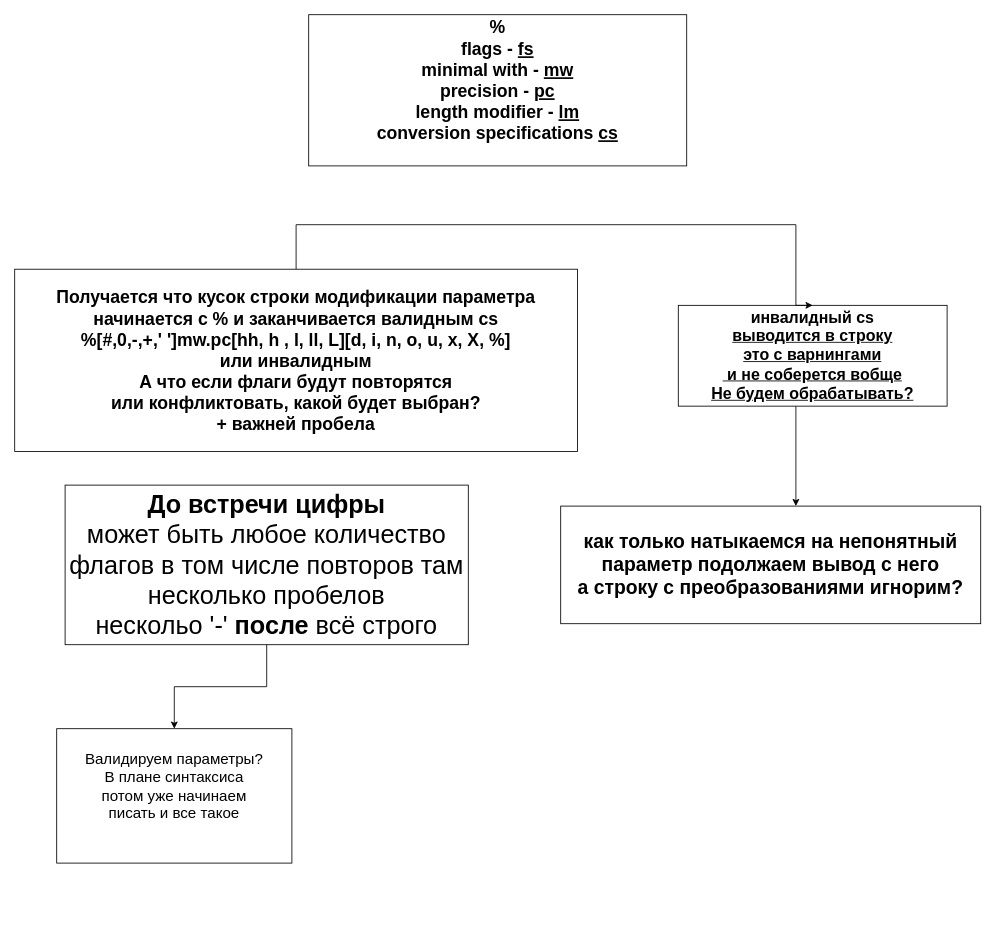
vlukjanenko/ft_printf keeps this draw.io diagram as page "Мысли" (1 of 5) of thougths.drawio. Above is the earlier version. Source tidied: cells renumbered, new cells numbered last; positions are measured from the earlier drawing's top-left corner, leaving out a move shared by most shapes. Both pictures are drawn from the tidied source at 84%, with x=0, y=0 at pixel (14, 14).
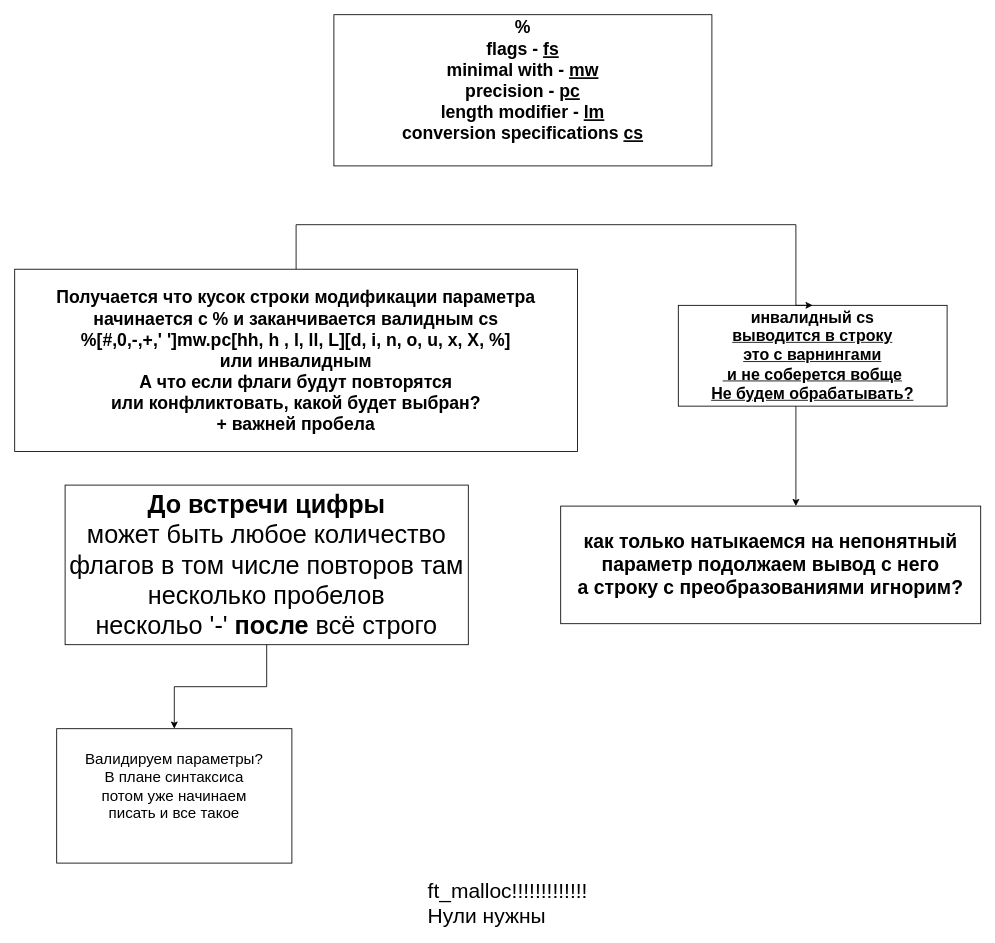
The same page after the edit.

Diff of the diagram source:
```diff
@@
 <mxGraphModel background="#ffffff">
   <root>
     <mxCell id="0" />
     <mxCell id="1" parent="0" />
     <mxCell id="2" value="&lt;div style=&quot;font-size: 21px&quot;&gt;&lt;b&gt;&lt;font style=&quot;font-size: 21px&quot;&gt;%&lt;/font&gt;&lt;/b&gt;&lt;/div&gt;&lt;div style=&quot;font-size: 21px&quot;&gt;&lt;b&gt;&lt;font style=&quot;font-size: 21px&quot;&gt;flags - &lt;u&gt;fs&lt;/u&gt;&lt;/font&gt;&lt;/b&gt;&lt;/div&gt;&lt;div style=&quot;font-size: 21px&quot;&gt;&lt;b&gt;&lt;font style=&quot;font-size: 21px&quot;&gt;minimal with - &lt;u&gt;mw&lt;/u&gt;&lt;/font&gt;&lt;/b&gt;&lt;/div&gt;&lt;div style=&quot;font-size: 21px&quot;&gt;&lt;font style=&quot;font-size: 21px&quot;&gt;&lt;b&gt;precision - &lt;u&gt;pc&lt;/u&gt;&lt;/b&gt;&lt;br&gt;&lt;/font&gt;&lt;/div&gt;&lt;div&gt;&lt;span style=&quot;font-size: 21px&quot;&gt;&lt;b&gt;length modifier&lt;/b&gt;&lt;b&gt; - &lt;u&gt;lm&lt;/u&gt;&lt;/b&gt;&lt;/span&gt;&lt;br&gt;&lt;/div&gt;&lt;div style=&quot;font-size: 21px&quot;&gt;&lt;font style=&quot;font-size: 21px&quot;&gt;&lt;b&gt;&lt;font style=&quot;font-size: 21px&quot;&gt;conversion specifications &lt;u&gt;cs&lt;/u&gt;&lt;/font&gt;&lt;/b&gt;&lt;br&gt;&lt;/font&gt;&lt;/div&gt;&lt;div style=&quot;font-size: 21px&quot;&gt;&lt;b&gt;&lt;font style=&quot;font-size: 21px&quot;&gt;&amp;nbsp;&lt;/font&gt;&lt;/b&gt;&lt;/div&gt;" style="rounded=0;whiteSpace=wrap;html=1;" parent="1" vertex="1">
-      <mxGeometry x="350" width="450" height="180" as="geometry" />
+      <mxGeometry x="380" width="450" height="180" as="geometry" />
     </mxCell>
     <mxCell id="3" style="edgeStyle=orthogonalEdgeStyle;rounded=0;jettySize=auto;html=1;" parent="1" edge="1" source="4" target="7">
       <mxGeometry relative="1" as="geometry">
         <Array as="points">
           <mxPoint x="930" y="560" />
           <mxPoint x="930" y="560" />
         </Array>
       </mxGeometry>
     </mxCell>
     <mxCell id="4" value="&lt;font style=&quot;font-size: 19px&quot;&gt;&lt;b&gt;инвалидный cs &lt;br&gt;&lt;u&gt;выводится в строку&lt;br&gt;это с варнингами&lt;br&gt;&amp;nbsp;и не соберется вобще&lt;br&gt;Не будем обрабатывать?&lt;br&gt;&lt;/u&gt;&lt;/b&gt;&lt;/font&gt;" style="rounded=0;whiteSpace=wrap;html=1;" parent="1" vertex="1">
       <mxGeometry x="790" y="346" width="320" height="120" as="geometry" />
     </mxCell>
     <mxCell id="5" style="edgeStyle=orthogonalEdgeStyle;rounded=0;jettySize=auto;html=1;entryX=0.5;entryY=0;entryDx=0;entryDy=0;" parent="1" edge="1" source="6" target="4">
       <mxGeometry relative="1" as="geometry">
         <Array as="points">
           <mxPoint x="335" y="250" />
           <mxPoint x="930" y="250" />
         </Array>
       </mxGeometry>
     </mxCell>
     <mxCell id="6" value="&lt;b style=&quot;font-size: 21px&quot;&gt;Получается что кусок строки модификации параметра&lt;/b&gt;&lt;br&gt;&lt;span style=&quot;font-size: 21px&quot;&gt;&lt;b&gt;начинается с % и заканчивается валидным cs &lt;/b&gt;&lt;/span&gt;&lt;br&gt;&lt;b style=&quot;font-size: 21px&quot;&gt;%[#,0,-,+,' ']mw.pc[hh, h , l, ll, L][&lt;/b&gt;&lt;span style=&quot;font-size: 21px&quot;&gt;&lt;b&gt;d, i, n, o, u, x, X, %]&lt;br&gt;&lt;/b&gt;&lt;/span&gt;&lt;span style=&quot;font-size: 21px&quot;&gt;&lt;b&gt;или инвалидным&lt;br&gt;&lt;/b&gt;&lt;/span&gt;&lt;span style=&quot;font-size: 21px&quot;&gt;&lt;b&gt;А что если флаги будут повторятся&lt;br&gt;или конфликтовать, какой будет выбран?&lt;br&gt;+ важней пробела&lt;br&gt;&lt;/b&gt;&lt;/span&gt;" style="rounded=0;whiteSpace=wrap;html=1;" parent="1" vertex="1">
       <mxGeometry y="303" width="670" height="217" as="geometry" />
     </mxCell>
     <mxCell id="7" value="&lt;span style=&quot;text-align: left&quot;&gt;&lt;b&gt;&lt;font style=&quot;font-size: 23px&quot;&gt;как только натыкаемся на непонятный параметр подолжаем вывод с него&lt;br&gt;а строку с преобразованиями игнорим?&lt;br&gt;&lt;/font&gt;&lt;/b&gt;&lt;/span&gt;" style="rounded=0;whiteSpace=wrap;html=1;" parent="1" vertex="1">
       <mxGeometry x="650" y="585" width="500" height="140" as="geometry" />
     </mxCell>
     <mxCell id="8" style="edgeStyle=orthogonalEdgeStyle;rounded=0;jettySize=auto;html=1;" parent="1" edge="1" source="9" target="10">
       <mxGeometry relative="1" as="geometry" />
     </mxCell>
     <mxCell id="9" value="&lt;span style=&quot;font-size: 30px&quot;&gt;&lt;b&gt;До встречи цифры&lt;/b&gt;&lt;br&gt;может быть любое количество&lt;br&gt;флагов в том числе повторов там несколько пробелов&lt;br&gt;нескольо '-' &lt;b&gt;после &lt;/b&gt;всё строго&lt;br&gt;&lt;/span&gt;" style="rounded=0;whiteSpace=wrap;html=1;" parent="1" vertex="1">
       <mxGeometry x="60" y="560" width="480" height="190" as="geometry" />
     </mxCell>
     <mxCell id="10" value="&lt;font style=&quot;font-size: 18px&quot;&gt;Валидируем параметры?&lt;br&gt;В плане синтаксиса&lt;br&gt;потом уже начинаем&lt;br&gt;писать и все такое&lt;br&gt;&lt;br&gt;&lt;/font&gt;" style="rounded=0;whiteSpace=wrap;html=1;" parent="1" vertex="1">
       <mxGeometry x="50" y="850" width="280" height="160" as="geometry" />
     </mxCell>
+    <mxCell id="11" value="&lt;font style=&quot;font-size: 25px&quot;&gt;ft_malloc!!!!!!!!!!!!!&lt;br&gt;Нули нужны&lt;/font&gt;" style="text;html=1;align=left;verticalAlign=top;spacingTop=-4;" parent="1" vertex="1">
+      <mxGeometry x="490" y="1025" width="210" height="40" as="geometry" />
+    </mxCell>
   </root>
 </mxGraphModel>
```
